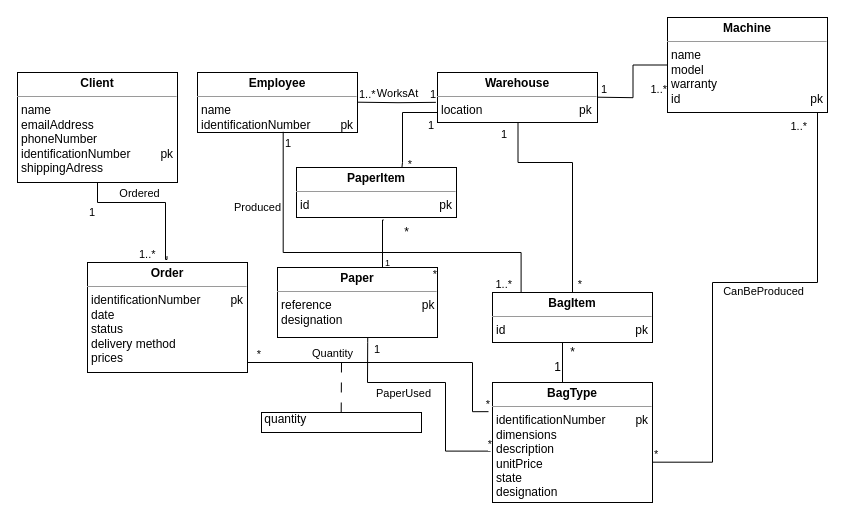
The draw.io diagram factory.drawio in asilva1604/BD-PROJ-23-24, before the edit. Source tidied: cells renumbered, new cells numbered last; positions are measured from the earlier drawing's top-left corner, leaving out a move shared by most shapes. Both pictures are drawn from the tidied source at 100%, with x=0, y=0 at pixel (17, 17).
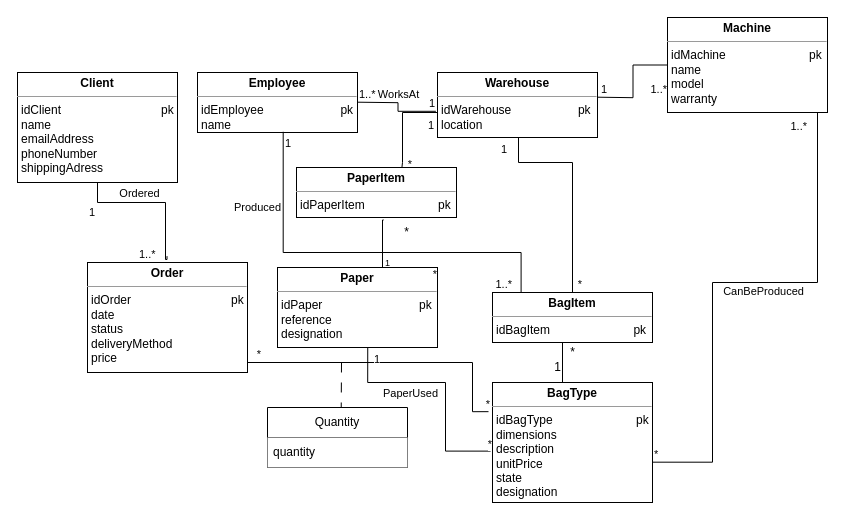
The same page after the edit.

The change refers to these unchanged cells:
```xml
<mxCell id="26" style="endArrow=none;html=1;edgeStyle=orthogonalEdgeStyle;rounded=0;exitX=1.014;exitY=0.62;exitDx=0;exitDy=0;exitPerimeter=0;entryX=-0.025;entryY=0.243;entryDx=0;entryDy=0;entryPerimeter=0;" parent="1" edge="1" target="18">
  <mxGeometry relative="1" as="geometry">
    <mxPoint x="230" y="305" as="sourcePoint" />
    <Array as="points">
      <mxPoint x="230" y="345" />
      <mxPoint x="455" y="345" />
      <mxPoint x="455" y="394" />
    </Array>
  </mxGeometry>
</mxCell>
```

The edit, as a diff of the source:
```diff
@@
-<mxGraphModel>
+<mxGraphModel background="#FFFFFF">
@@
-    <mxCell id="2" value="&lt;p style=&quot;margin:0px;margin-top:4px;text-align:center;&quot;&gt;&lt;b&gt;Client&lt;/b&gt;&lt;/p&gt;&lt;hr size=&quot;1&quot;&gt;&lt;p style=&quot;margin:0px;margin-left:4px;&quot;&gt;name&lt;/p&gt;&lt;p style=&quot;margin:0px;margin-left:4px;&quot;&gt;emailAddress&lt;/p&gt;&lt;p style=&quot;margin:0px;margin-left:4px;&quot;&gt;phoneNumber&lt;/p&gt;&lt;p style=&quot;margin:0px;margin-left:4px;&quot;&gt;identificationNumber&amp;nbsp;&amp;nbsp;&amp;nbsp;&amp;nbsp;&amp;nbsp;&amp;nbsp;&amp;nbsp;&amp;nbsp; pk&lt;br&gt;&lt;/p&gt;&lt;p style=&quot;margin:0px;margin-left:4px;&quot;&gt;shippingAdress&lt;/p&gt;" style="verticalAlign=top;align=left;overflow=fill;fontSize=12;fontFamily=Helvetica;html=1;whiteSpace=wrap;" parent="1" vertex="1">
+    <mxCell id="2" value="&lt;p style=&quot;margin:0px;margin-top:4px;text-align:center;&quot;&gt;&lt;b&gt;Client&lt;/b&gt;&lt;/p&gt;&lt;hr size=&quot;1&quot;&gt;&lt;p style=&quot;margin:0px;margin-left:4px;&quot;&gt;idClient&amp;nbsp; &amp;nbsp; &amp;nbsp; &amp;nbsp; &amp;nbsp; &amp;nbsp; &amp;nbsp; &amp;nbsp; &amp;nbsp; &amp;nbsp; &amp;nbsp; &amp;nbsp; &amp;nbsp; &amp;nbsp; &amp;nbsp; pk&lt;/p&gt;&lt;p style=&quot;margin:0px;margin-left:4px;&quot;&gt;name&lt;/p&gt;&lt;p style=&quot;margin:0px;margin-left:4px;&quot;&gt;emailAddress&lt;/p&gt;&lt;p style=&quot;margin:0px;margin-left:4px;&quot;&gt;phoneNumber&lt;/p&gt;&lt;p style=&quot;margin:0px;margin-left:4px;&quot;&gt;&lt;span style=&quot;background-color: initial;&quot;&gt;shippingAdress&lt;/span&gt;&lt;br&gt;&lt;/p&gt;" style="verticalAlign=top;align=left;overflow=fill;fontSize=12;fontFamily=Helvetica;html=1;whiteSpace=wrap;" parent="1" vertex="1">
       <mxGeometry y="55" width="160" height="110" as="geometry" />
     </mxCell>
-    <mxCell id="3" value="&lt;p style=&quot;margin:0px;margin-top:4px;text-align:center;&quot;&gt;&lt;b&gt;Employee&lt;/b&gt;&lt;/p&gt;&lt;hr size=&quot;1&quot;&gt;&lt;p style=&quot;margin:0px;margin-left:4px;&quot;&gt;name&lt;/p&gt;&lt;p style=&quot;margin:0px;margin-left:4px;&quot;&gt;identificationNumber&amp;nbsp;&amp;nbsp;&amp;nbsp;&amp;nbsp;&amp;nbsp;&amp;nbsp;&amp;nbsp;&amp;nbsp; pk&lt;br&gt;&lt;/p&gt;&lt;p style=&quot;margin:0px;margin-left:4px;&quot;&gt;&lt;br&gt;&lt;/p&gt;" style="verticalAlign=top;align=left;overflow=fill;fontSize=12;fontFamily=Helvetica;html=1;whiteSpace=wrap;" parent="1" vertex="1">
+    <mxCell id="3" value="&lt;p style=&quot;margin:0px;margin-top:4px;text-align:center;&quot;&gt;&lt;b&gt;Employee&lt;/b&gt;&lt;/p&gt;&lt;hr size=&quot;1&quot;&gt;&lt;p style=&quot;margin:0px;margin-left:4px;&quot;&gt;idEmployee&amp;nbsp; &amp;nbsp; &amp;nbsp; &amp;nbsp; &amp;nbsp; &amp;nbsp; &amp;nbsp; &amp;nbsp; &amp;nbsp; &amp;nbsp; &amp;nbsp; &amp;nbsp;pk&lt;/p&gt;&lt;p style=&quot;margin:0px;margin-left:4px;&quot;&gt;name&lt;/p&gt;" style="verticalAlign=top;align=left;overflow=fill;fontSize=12;fontFamily=Helvetica;html=1;whiteSpace=wrap;" parent="1" vertex="1">
       <mxGeometry x="180" y="55" width="160" height="60" as="geometry" />
     </mxCell>
-    <mxCell id="4" value="&lt;p style=&quot;margin:0px;margin-top:4px;text-align:center;&quot;&gt;&lt;b&gt;Order&lt;/b&gt;&lt;br&gt;&lt;/p&gt;&lt;hr size=&quot;1&quot;&gt;&lt;p style=&quot;margin:0px;margin-left:4px;&quot;&gt;identificationNumber&amp;nbsp;&amp;nbsp;&amp;nbsp;&amp;nbsp;&amp;nbsp;&amp;nbsp;&amp;nbsp;&amp;nbsp; pk&lt;br&gt;&lt;/p&gt;&lt;p style=&quot;margin:0px;margin-left:4px;&quot;&gt;date&lt;/p&gt;&lt;p style=&quot;margin:0px;margin-left:4px;&quot;&gt;status&lt;/p&gt;&lt;p style=&quot;margin:0px;margin-left:4px;&quot;&gt;delivery method&lt;/p&gt;&lt;p style=&quot;margin:0px;margin-left:4px;&quot;&gt;prices&lt;/p&gt;" style="verticalAlign=top;align=left;overflow=fill;fontSize=12;fontFamily=Helvetica;html=1;whiteSpace=wrap;" parent="1" vertex="1">
+    <mxCell id="4" value="&lt;p style=&quot;margin:0px;margin-top:4px;text-align:center;&quot;&gt;&lt;b&gt;Order&lt;/b&gt;&lt;br&gt;&lt;/p&gt;&lt;hr size=&quot;1&quot;&gt;&lt;p style=&quot;margin:0px;margin-left:4px;&quot;&gt;idOrder&amp;nbsp; &amp;nbsp; &amp;nbsp; &amp;nbsp; &amp;nbsp; &amp;nbsp; &amp;nbsp; &amp;nbsp; &amp;nbsp; &amp;nbsp; &amp;nbsp; &amp;nbsp; &amp;nbsp; &amp;nbsp; &amp;nbsp; pk&lt;br&gt;&lt;/p&gt;&lt;p style=&quot;margin:0px;margin-left:4px;&quot;&gt;date&lt;/p&gt;&lt;p style=&quot;margin:0px;margin-left:4px;&quot;&gt;status&lt;/p&gt;&lt;p style=&quot;margin:0px;margin-left:4px;&quot;&gt;deliveryMethod&lt;/p&gt;&lt;p style=&quot;margin:0px;margin-left:4px;&quot;&gt;price&lt;span style=&quot;white-space: pre;&quot;&gt;&#9;&lt;/span&gt;&lt;/p&gt;" style="verticalAlign=top;align=left;overflow=fill;fontSize=12;fontFamily=Helvetica;html=1;whiteSpace=wrap;" parent="1" vertex="1">
       <mxGeometry x="70" y="245" width="160" height="110" as="geometry" />
     </mxCell>
@@
-    <mxCell id="13" value="&lt;p style=&quot;margin:0px;margin-top:4px;text-align:center;&quot;&gt;&lt;b&gt;Warehouse&lt;/b&gt;&lt;/p&gt;&lt;hr size=&quot;1&quot;&gt;&lt;p style=&quot;margin:0px;margin-left:4px;&quot;&gt;location&amp;nbsp; &amp;nbsp; &amp;nbsp; &amp;nbsp; &amp;nbsp; &amp;nbsp; &amp;nbsp; &amp;nbsp; &amp;nbsp; &amp;nbsp; &amp;nbsp; &amp;nbsp; &amp;nbsp; &amp;nbsp; &amp;nbsp;pk&lt;/p&gt;&lt;p style=&quot;margin:0px;margin-left:4px;&quot;&gt;&lt;br&gt;&lt;/p&gt;&lt;p style=&quot;margin:0px;margin-left:4px;&quot;&gt;&lt;br&gt;&lt;/p&gt;" style="verticalAlign=top;align=left;overflow=fill;fontSize=12;fontFamily=Helvetica;html=1;whiteSpace=wrap;" parent="1" vertex="1">
-      <mxGeometry x="420" y="55" width="160" height="50" as="geometry" />
+    <mxCell id="13" value="&lt;p style=&quot;margin:0px;margin-top:4px;text-align:center;&quot;&gt;&lt;b&gt;Warehouse&lt;/b&gt;&lt;/p&gt;&lt;hr size=&quot;1&quot;&gt;&lt;p style=&quot;margin:0px;margin-left:4px;&quot;&gt;idWarehouse&amp;nbsp; &amp;nbsp; &amp;nbsp; &amp;nbsp; &amp;nbsp; &amp;nbsp; &amp;nbsp; &amp;nbsp; &amp;nbsp; &amp;nbsp; pk&lt;/p&gt;&lt;p style=&quot;margin:0px;margin-left:4px;&quot;&gt;location&lt;/p&gt;&lt;p style=&quot;margin:0px;margin-left:4px;&quot;&gt;&lt;br&gt;&lt;/p&gt;&lt;p style=&quot;margin:0px;margin-left:4px;&quot;&gt;&lt;br&gt;&lt;/p&gt;" style="verticalAlign=top;align=left;overflow=fill;fontSize=12;fontFamily=Helvetica;html=1;whiteSpace=wrap;" parent="1" vertex="1">
+      <mxGeometry x="420" y="55" width="160" height="65" as="geometry" />
     </mxCell>
@@
-    <mxCell id="18" value="&lt;p style=&quot;margin:0px;margin-top:4px;text-align:center;&quot;&gt;&lt;b&gt;BagType&lt;/b&gt;&lt;/p&gt;&lt;hr size=&quot;1&quot;&gt;&lt;p style=&quot;margin:0px;margin-left:4px;&quot;&gt;identificationNumber&amp;nbsp; &amp;nbsp; &amp;nbsp; &amp;nbsp; &amp;nbsp;pk&lt;/p&gt;&lt;p style=&quot;margin:0px;margin-left:4px;&quot;&gt;dimensions&lt;/p&gt;&lt;p style=&quot;margin:0px;margin-left:4px;&quot;&gt;description&lt;/p&gt;&lt;p style=&quot;margin:0px;margin-left:4px;&quot;&gt;unitPrice&lt;/p&gt;&lt;p style=&quot;margin:0px;margin-left:4px;&quot;&gt;state&lt;/p&gt;&lt;p style=&quot;margin:0px;margin-left:4px;&quot;&gt;designation&lt;/p&gt;&lt;p style=&quot;margin:0px;margin-left:4px;&quot;&gt;&lt;br&gt;&lt;/p&gt;&lt;p style=&quot;margin:0px;margin-left:4px;&quot;&gt;&lt;br&gt;&lt;/p&gt;&lt;p style=&quot;margin:0px;margin-left:4px;&quot;&gt;&lt;br&gt;&lt;/p&gt;" style="verticalAlign=top;align=left;overflow=fill;fontSize=12;fontFamily=Helvetica;html=1;whiteSpace=wrap;" parent="1" vertex="1">
+    <mxCell id="18" value="&lt;p style=&quot;margin:0px;margin-top:4px;text-align:center;&quot;&gt;&lt;b&gt;BagType&lt;/b&gt;&lt;/p&gt;&lt;hr size=&quot;1&quot;&gt;&lt;p style=&quot;margin:0px;margin-left:4px;&quot;&gt;idBagType&amp;nbsp; &amp;nbsp; &amp;nbsp; &amp;nbsp; &amp;nbsp; &amp;nbsp; &amp;nbsp; &amp;nbsp; &amp;nbsp; &amp;nbsp; &amp;nbsp; &amp;nbsp; &amp;nbsp;pk&lt;/p&gt;&lt;p style=&quot;margin:0px;margin-left:4px;&quot;&gt;dimensions&lt;/p&gt;&lt;p style=&quot;margin:0px;margin-left:4px;&quot;&gt;description&lt;/p&gt;&lt;p style=&quot;margin:0px;margin-left:4px;&quot;&gt;unitPrice&lt;/p&gt;&lt;p style=&quot;margin:0px;margin-left:4px;&quot;&gt;state&lt;/p&gt;&lt;p style=&quot;margin:0px;margin-left:4px;&quot;&gt;designation&lt;/p&gt;&lt;p style=&quot;margin:0px;margin-left:4px;&quot;&gt;&lt;br&gt;&lt;/p&gt;&lt;p style=&quot;margin:0px;margin-left:4px;&quot;&gt;&lt;br&gt;&lt;/p&gt;&lt;p style=&quot;margin:0px;margin-left:4px;&quot;&gt;&lt;br&gt;&lt;/p&gt;" style="verticalAlign=top;align=left;overflow=fill;fontSize=12;fontFamily=Helvetica;html=1;whiteSpace=wrap;" parent="1" vertex="1">
       <mxGeometry x="475" y="365" width="160" height="120" as="geometry" />
     </mxCell>
-    <mxCell id="19" value="&lt;p style=&quot;margin:0px;margin-top:4px;text-align:center;&quot;&gt;&lt;b&gt;Machine&lt;/b&gt;&lt;/p&gt;&lt;hr size=&quot;1&quot;&gt;&lt;p style=&quot;margin:0px;margin-left:4px;&quot;&gt;name&lt;/p&gt;&lt;p style=&quot;margin:0px;margin-left:4px;&quot;&gt;model&lt;/p&gt;&lt;p style=&quot;margin:0px;margin-left:4px;&quot;&gt;warranty&lt;/p&gt;&lt;p style=&quot;margin:0px;margin-left:4px;&quot;&gt;id&amp;nbsp; &amp;nbsp; &amp;nbsp; &amp;nbsp; &amp;nbsp; &amp;nbsp; &amp;nbsp; &amp;nbsp; &amp;nbsp; &amp;nbsp; &amp;nbsp; &amp;nbsp; &amp;nbsp; &amp;nbsp; &amp;nbsp; &amp;nbsp; &amp;nbsp; &amp;nbsp; &amp;nbsp; &amp;nbsp;pk&lt;/p&gt;" style="verticalAlign=top;align=left;overflow=fill;fontSize=12;fontFamily=Helvetica;html=1;whiteSpace=wrap;" parent="1" vertex="1">
+    <mxCell id="19" value="&lt;p style=&quot;margin:0px;margin-top:4px;text-align:center;&quot;&gt;&lt;b&gt;Machine&lt;/b&gt;&lt;/p&gt;&lt;hr size=&quot;1&quot;&gt;&lt;p style=&quot;margin:0px;margin-left:4px;&quot;&gt;idMachine&amp;nbsp; &amp;nbsp; &amp;nbsp; &amp;nbsp; &amp;nbsp; &amp;nbsp; &amp;nbsp; &amp;nbsp; &amp;nbsp; &amp;nbsp; &amp;nbsp; &amp;nbsp; &amp;nbsp;pk&lt;/p&gt;&lt;p style=&quot;margin:0px;margin-left:4px;&quot;&gt;&lt;span style=&quot;background-color: initial;&quot;&gt;name&lt;/span&gt;&lt;/p&gt;&lt;p style=&quot;margin:0px;margin-left:4px;&quot;&gt;model&lt;/p&gt;&lt;p style=&quot;margin:0px;margin-left:4px;&quot;&gt;warranty&lt;/p&gt;" style="verticalAlign=top;align=left;overflow=fill;fontSize=12;fontFamily=Helvetica;html=1;whiteSpace=wrap;" parent="1" vertex="1">
       <mxGeometry x="650" width="160" height="95" as="geometry" />
     </mxCell>
@@
     <mxCell id="23" style="endArrow=none;html=1;edgeStyle=orthogonalEdgeStyle;rounded=0;entryX=0.5;entryY=0;entryDx=0;entryDy=0;" parent="1" edge="1">
       <mxGeometry relative="1" as="geometry">
-        <mxPoint x="500.5" y="105" as="sourcePoint" />
+        <mxPoint x="501" y="120" as="sourcePoint" />
         <mxPoint x="555" y="275" as="targetPoint" />
         <Array as="points">
           <mxPoint x="501" y="145" />
           <mxPoint x="555" y="145" />
         </Array>
       </mxGeometry>
     </mxCell>
     <mxCell id="24" value="1" style="edgeLabel;html=1;align=right;verticalAlign=bottom;" parent="1" vertex="1">
-      <mxGeometry x="490" y="125" as="geometry" />
+      <mxGeometry x="490" y="140" as="geometry" />
     </mxCell>
@@
-    <mxCell id="27" value="Quantity" style="edgeLabel;html=1;align=center;verticalAlign=middle;" parent="26" vertex="1">
-      <mxGeometry x="-0.25" relative="1" as="geometry">
-        <mxPoint y="-10" as="offset" />
-      </mxGeometry>
-    </mxCell>
@@
-    <mxCell id="30" value="&lt;p style=&quot;margin:0px;margin-top:4px;text-align:center;&quot;&gt;&lt;b&gt;Paper&lt;/b&gt;&lt;/p&gt;&lt;hr size=&quot;1&quot;&gt;&lt;p style=&quot;margin:0px;margin-left:4px;&quot;&gt;reference&amp;nbsp;&amp;nbsp;&amp;nbsp;&amp;nbsp;&amp;nbsp;&amp;nbsp;&amp;nbsp;&amp;nbsp;&amp;nbsp;&amp;nbsp;&amp;nbsp;&amp;nbsp;&amp;nbsp;&amp;nbsp;&amp;nbsp;&amp;nbsp;&amp;nbsp;&amp;nbsp;&amp;nbsp;&amp;nbsp;&amp;nbsp;&amp;nbsp;&amp;nbsp;&amp;nbsp;&amp;nbsp;&amp;nbsp; pk&lt;/p&gt;&lt;p style=&quot;margin:0px;margin-left:4px;&quot;&gt;designation&lt;/p&gt;&lt;p style=&quot;margin:0px;margin-left:4px;&quot;&gt;&lt;br&gt;&lt;/p&gt;&lt;p style=&quot;margin:0px;margin-left:4px;&quot;&gt;&lt;br&gt;&lt;/p&gt;" style="verticalAlign=top;align=left;overflow=fill;fontSize=12;fontFamily=Helvetica;html=1;whiteSpace=wrap;" parent="1" vertex="1">
-      <mxGeometry x="260" y="250" width="160" height="70" as="geometry" />
+    <mxCell id="30" value="&lt;p style=&quot;margin:0px;margin-top:4px;text-align:center;&quot;&gt;&lt;b&gt;Paper&lt;/b&gt;&lt;/p&gt;&lt;hr size=&quot;1&quot;&gt;&lt;p style=&quot;margin:0px;margin-left:4px;&quot;&gt;idPaper&amp;nbsp; &amp;nbsp; &amp;nbsp; &amp;nbsp; &amp;nbsp; &amp;nbsp; &amp;nbsp; &amp;nbsp; &amp;nbsp; &amp;nbsp; &amp;nbsp; &amp;nbsp; &amp;nbsp; &amp;nbsp; &amp;nbsp;pk&lt;/p&gt;&lt;p style=&quot;margin:0px;margin-left:4px;&quot;&gt;reference&lt;/p&gt;&lt;p style=&quot;margin:0px;margin-left:4px;&quot;&gt;designation&lt;/p&gt;&lt;p style=&quot;margin:0px;margin-left:4px;&quot;&gt;&lt;br&gt;&lt;/p&gt;&lt;p style=&quot;margin:0px;margin-left:4px;&quot;&gt;&lt;br&gt;&lt;/p&gt;" style="verticalAlign=top;align=left;overflow=fill;fontSize=12;fontFamily=Helvetica;html=1;whiteSpace=wrap;" parent="1" vertex="1">
+      <mxGeometry x="260" y="250" width="160" height="80" as="geometry" />
     </mxCell>
@@
     <mxCell id="34" style="endArrow=none;html=1;edgeStyle=orthogonalEdgeStyle;rounded=0;entryX=-0.012;entryY=0.572;entryDx=0;entryDy=0;entryPerimeter=0;exitX=0.564;exitY=1.001;exitDx=0;exitDy=0;exitPerimeter=0;" parent="1" edge="1" source="30" target="18">
       <mxGeometry relative="1" as="geometry">
         <Array as="points">
-          <mxPoint x="350" y="325" />
-          <mxPoint x="350" y="325" />
           <mxPoint x="350" y="365" />
           <mxPoint x="428" y="365" />
           <mxPoint x="428" y="434" />
         </Array>
       </mxGeometry>
     </mxCell>
@@
-    <mxCell id="43" value="&amp;nbsp;quantity&lt;br&gt;" style="verticalAlign=top;align=left;overflow=fill;fontSize=12;fontFamily=Helvetica;html=1;whiteSpace=wrap;" parent="1" vertex="1">
-      <mxGeometry x="244" y="395" width="160" height="20" as="geometry" />
-    </mxCell>
@@
-    <mxCell id="52" value="&lt;p style=&quot;margin:0px;margin-top:4px;text-align:center;&quot;&gt;&lt;b&gt;PaperItem&lt;/b&gt;&lt;/p&gt;&lt;hr size=&quot;1&quot;&gt;&lt;p style=&quot;margin:0px;margin-left:4px;&quot;&gt;id&amp;nbsp; &amp;nbsp; &amp;nbsp; &amp;nbsp; &amp;nbsp; &amp;nbsp; &amp;nbsp; &amp;nbsp; &amp;nbsp; &amp;nbsp; &amp;nbsp; &amp;nbsp; &amp;nbsp; &amp;nbsp; &amp;nbsp; &amp;nbsp; &amp;nbsp; &amp;nbsp; &amp;nbsp; &amp;nbsp;pk&lt;/p&gt;&lt;p style=&quot;margin:0px;margin-left:4px;&quot;&gt;&lt;br&gt;&lt;/p&gt;&lt;p style=&quot;margin:0px;margin-left:4px;&quot;&gt;&lt;br&gt;&lt;/p&gt;" style="verticalAlign=top;align=left;overflow=fill;fontSize=12;fontFamily=Helvetica;html=1;whiteSpace=wrap;" parent="1" vertex="1">
+    <mxCell id="52" value="&lt;p style=&quot;margin:0px;margin-top:4px;text-align:center;&quot;&gt;&lt;b&gt;PaperItem&lt;/b&gt;&lt;/p&gt;&lt;hr size=&quot;1&quot;&gt;&lt;p style=&quot;margin:0px;margin-left:4px;&quot;&gt;idPaperItem&amp;nbsp; &amp;nbsp; &amp;nbsp; &amp;nbsp; &amp;nbsp; &amp;nbsp; &amp;nbsp; &amp;nbsp; &amp;nbsp; &amp;nbsp; &amp;nbsp; pk&lt;/p&gt;&lt;p style=&quot;margin:0px;margin-left:4px;&quot;&gt;&lt;br&gt;&lt;/p&gt;&lt;p style=&quot;margin:0px;margin-left:4px;&quot;&gt;&lt;br&gt;&lt;/p&gt;" style="verticalAlign=top;align=left;overflow=fill;fontSize=12;fontFamily=Helvetica;html=1;whiteSpace=wrap;" parent="1" vertex="1">
       <mxGeometry x="279" y="150" width="160" height="50" as="geometry" />
     </mxCell>
-    <mxCell id="53" value="&lt;p style=&quot;margin:0px;margin-top:4px;text-align:center;&quot;&gt;&lt;b&gt;BagItem&lt;/b&gt;&lt;/p&gt;&lt;hr size=&quot;1&quot;&gt;&lt;p style=&quot;margin:0px;margin-left:4px;&quot;&gt;id&amp;nbsp; &amp;nbsp; &amp;nbsp; &amp;nbsp; &amp;nbsp; &amp;nbsp; &amp;nbsp; &amp;nbsp; &amp;nbsp; &amp;nbsp; &amp;nbsp; &amp;nbsp; &amp;nbsp; &amp;nbsp; &amp;nbsp; &amp;nbsp; &amp;nbsp; &amp;nbsp; &amp;nbsp; &amp;nbsp;pk&lt;/p&gt;&lt;p style=&quot;margin:0px;margin-left:4px;&quot;&gt;&lt;br&gt;&lt;/p&gt;&lt;p style=&quot;margin:0px;margin-left:4px;&quot;&gt;&lt;br&gt;&lt;/p&gt;" style="verticalAlign=top;align=left;overflow=fill;fontSize=12;fontFamily=Helvetica;html=1;whiteSpace=wrap;" parent="1" vertex="1">
+    <mxCell id="53" value="&lt;p style=&quot;margin:0px;margin-top:4px;text-align:center;&quot;&gt;&lt;b&gt;BagItem&lt;/b&gt;&lt;/p&gt;&lt;hr size=&quot;1&quot;&gt;&lt;p style=&quot;margin:0px;margin-left:4px;&quot;&gt;idBagItem&amp;nbsp; &amp;nbsp; &amp;nbsp; &amp;nbsp; &amp;nbsp; &amp;nbsp; &amp;nbsp; &amp;nbsp; &amp;nbsp; &amp;nbsp; &amp;nbsp; &amp;nbsp; &amp;nbsp;pk&lt;/p&gt;&lt;p style=&quot;margin:0px;margin-left:4px;&quot;&gt;&lt;br&gt;&lt;/p&gt;&lt;p style=&quot;margin:0px;margin-left:4px;&quot;&gt;&lt;br&gt;&lt;/p&gt;" style="verticalAlign=top;align=left;overflow=fill;fontSize=12;fontFamily=Helvetica;html=1;whiteSpace=wrap;" parent="1" vertex="1">
       <mxGeometry x="475" y="275" width="160" height="50" as="geometry" />
     </mxCell>
+    <mxCell id="27" value="Quantity" style="swimlane;fontStyle=0;horizontal=1;startSize=30;whiteSpace=wrap;html=1;" parent="1" vertex="1">
+      <mxGeometry x="250" y="390" width="140" height="60" as="geometry" />
+    </mxCell>
+    <mxCell id="43" value="quantity" style="text;align=left;verticalAlign=middle;spacingLeft=4;spacingRight=4;overflow=hidden;whiteSpace=wrap;html=1;fillColor=default;" parent="27" vertex="1">
+      <mxGeometry y="30" width="140" height="30" as="geometry" />
+    </mxCell>
```
